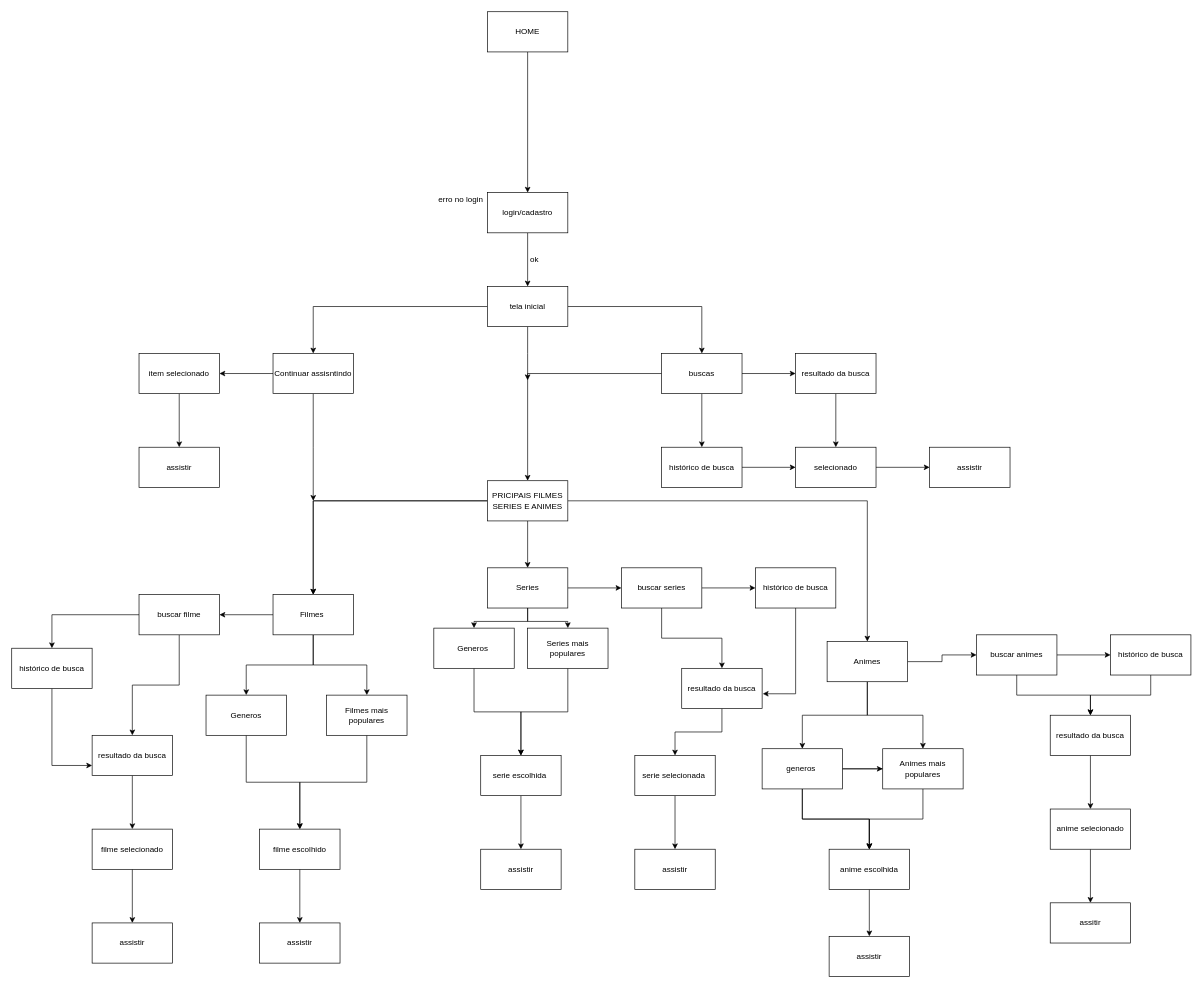
Earlier version of the draw.io diagram Diagrama sem nome.drawio (SaintClai/driagramas). Source tidied: cells renumbered, new cells numbered last; positions are measured from the earlier drawing's top-left corner, leaving out a move shared by most shapes. Both pictures are drawn from the tidied source at 67%, with x=0, y=0 at pixel (11, 11).
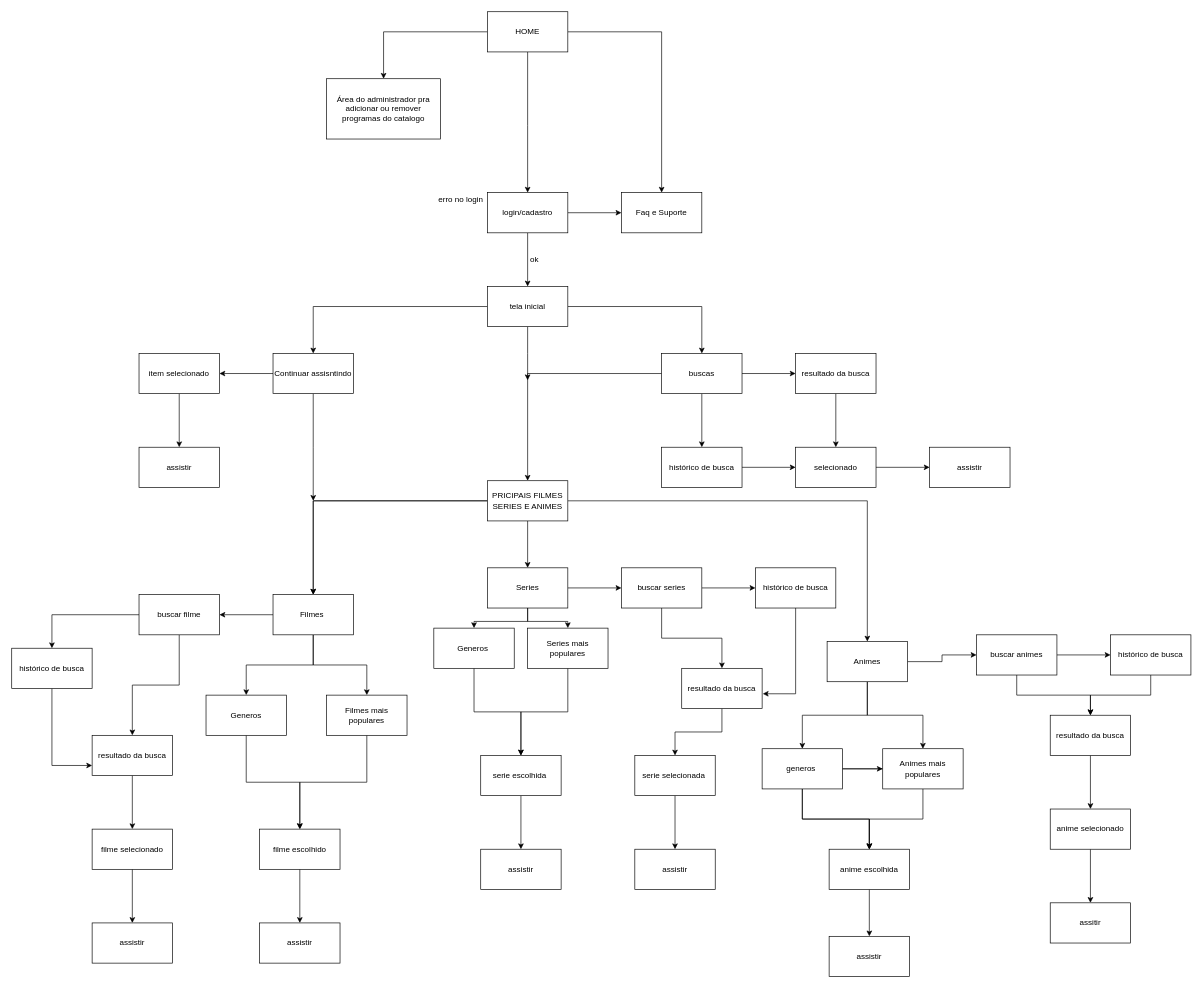
After the change.

Unchanged cells that the change refers to:
```xml
<mxCell id="33" value="login/cadastro" style="whiteSpace=wrap;html=1;rounded=0;" parent="1" vertex="1">
  <mxGeometry x="710" y="270" width="120" height="60" as="geometry" />
</mxCell>
<mxCell id="39" value="HOME" style="whiteSpace=wrap;html=1;rounded=0;" parent="1" vertex="1">
  <mxGeometry x="710" width="120" height="60" as="geometry" />
</mxCell>
```

What changed in the source:
```diff
@@
+    <mxCell id="101" style="edgeStyle=orthogonalEdgeStyle;rounded=0;jettySize=auto;html=1;" parent="1" edge="1" source="33" target="105">
+      <mxGeometry relative="1" as="geometry" />
+    </mxCell>
@@
     <mxCell id="38" style="edgeStyle=orthogonalEdgeStyle;rounded=0;jettySize=auto;html=1;entryX=0.5;entryY=0;entryDx=0;entryDy=0;" parent="1" edge="1" source="39" target="33">
-      <mxGeometry relative="1" as="geometry" />
+      <mxGeometry relative="1" as="geometry">
+        <Array as="points">
+          <mxPoint x="770" y="170" />
+          <mxPoint x="770" y="170" />
+        </Array>
+      </mxGeometry>
     </mxCell>
+    <mxCell id="102" style="edgeStyle=orthogonalEdgeStyle;rounded=0;jettySize=auto;html=1;" parent="1" edge="1" source="39" target="104">
+      <mxGeometry relative="1" as="geometry" />
+    </mxCell>
+    <mxCell id="103" style="edgeStyle=orthogonalEdgeStyle;rounded=0;jettySize=auto;html=1;" parent="1" edge="1" source="39" target="105">
+      <mxGeometry relative="1" as="geometry" />
+    </mxCell>
@@
+    <mxCell id="104" value="Área do administrador pra adicionar ou remover programas do catalogo" style="rounded=0;whiteSpace=wrap;html=1;" parent="1" vertex="1">
+      <mxGeometry x="470" y="100" width="170" height="90" as="geometry" />
+    </mxCell>
+    <mxCell id="105" value="Faq e Suporte" style="whiteSpace=wrap;html=1;rounded=0;" parent="1" vertex="1">
+      <mxGeometry x="910" y="270" width="120" height="60" as="geometry" />
+    </mxCell>
```
